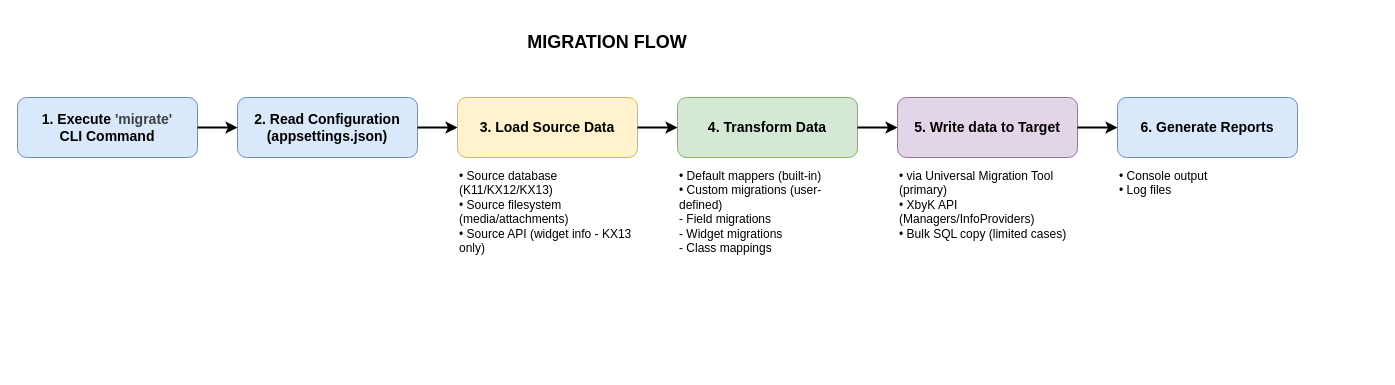
Above: images/diagrams/migration-flow.drawio in Kentico/xperience-by-kentico-kentico-migration-tool (draw.io), before the change. Source tidied: cells renumbered, new cells numbered last; positions are measured from the earlier drawing's top-left corner, leaving out a move shared by most shapes. Both pictures are drawn from the tidied source at 100%, with x=0, y=0 at pixel (17, 27).
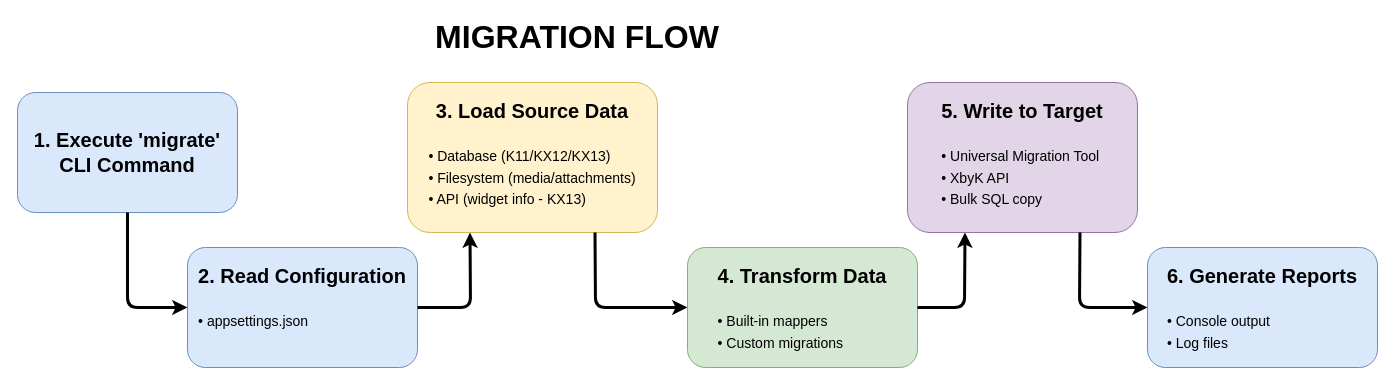
Above is the later version.

Commit message (it also covers changes not shown here):
bigger font in migration flow

Change to the diagram source:
```diff
@@
-    <mxCell id="2" value="MIGRATION FLOW" style="text;html=1;strokeColor=none;fillColor=none;align=center;verticalAlign=middle;whiteSpace=wrap;rounded=0;fontSize=18;fontStyle=1;" parent="1" vertex="1">
-      <mxGeometry x="340" width="500" height="30" as="geometry" />
+    <mxCell id="2" value="MIGRATION FLOW" style="text;html=1;strokeColor=none;fillColor=none;align=center;verticalAlign=middle;whiteSpace=wrap;rounded=0;fontSize=32;fontStyle=1;" parent="1" vertex="1">
+      <mxGeometry x="360" y="-10" width="400" height="40" as="geometry" />
     </mxCell>
-    <mxCell id="3" value="&lt;b&gt;1. Execute&amp;nbsp;&lt;/b&gt;&lt;b style=&quot;color: rgb(63, 63, 63); scrollbar-color: rgb(226, 226, 226) rgb(251, 251, 251);&quot;&gt;'migrate'&lt;/b&gt;&lt;div&gt;&lt;b&gt;CLI Command&lt;/b&gt;&lt;/div&gt;" style="rounded=1;whiteSpace=wrap;html=1;fillColor=#dae8fc;strokeColor=#6c8ebf;fontSize=14;align=center;verticalAlign=middle;" parent="1" vertex="1">
-      <mxGeometry y="70" width="180" height="60" as="geometry" />
+    <mxCell id="3" value="&lt;b style=&quot;font-size: 20px;&quot;&gt;1. Execute 'migrate'&lt;br&gt;CLI Command&lt;/b&gt;" style="rounded=1;whiteSpace=wrap;html=1;fillColor=#dae8fc;strokeColor=#6c8ebf;fontSize=18;align=center;verticalAlign=middle;" parent="1" vertex="1">
+      <mxGeometry y="65" width="220" height="120" as="geometry" />
     </mxCell>
-    <mxCell id="4" style="endArrow=classic;html=1;strokeWidth=2;exitX=1;exitY=0.5;entryX=0;entryY=0.5;" parent="1" edge="1" source="3" target="5">
-      <mxGeometry relative="1" as="geometry" />
+    <mxCell id="4" style="endArrow=classic;html=1;strokeWidth=3;exitX=0.5;exitY=1;entryX=0;entryY=0.5;exitDx=0;exitDy=0;" parent="1" edge="1" source="3" target="5">
+      <mxGeometry relative="1" as="geometry">
+        <Array as="points">
+          <mxPoint x="110" y="280" />
+        </Array>
+      </mxGeometry>
     </mxCell>
-    <mxCell id="5" value="&lt;b&gt;2. Read Configuration&lt;br&gt;(appsettings.json)&lt;/b&gt;" style="rounded=1;whiteSpace=wrap;html=1;fillColor=#dae8fc;strokeColor=#6c8ebf;fontSize=14;align=center;verticalAlign=middle;" parent="1" vertex="1">
-      <mxGeometry x="220" y="70" width="180" height="60" as="geometry" />
+    <mxCell id="5" value="&lt;b style=&quot;font-size: 20px;&quot;&gt;2. Read Configuration&lt;/b&gt;&lt;br&gt;&lt;br&gt;&lt;div style=&quot;text-align: left;&quot;&gt;&lt;font style=&quot;font-size: 14px;&quot;&gt;• appsettings.json&lt;/font&gt;&lt;/div&gt;" style="rounded=1;whiteSpace=wrap;html=1;fillColor=#dae8fc;strokeColor=#6c8ebf;fontSize=18;align=center;verticalAlign=top;spacingTop=10;" parent="1" vertex="1">
+      <mxGeometry x="170" y="220" width="230" height="120" as="geometry" />
     </mxCell>
-    <mxCell id="6" style="endArrow=classic;html=1;strokeWidth=2;exitX=1;exitY=0.5;entryX=0;entryY=0.5;" parent="1" edge="1" source="5" target="7">
-      <mxGeometry relative="1" as="geometry" />
+    <mxCell id="6" style="endArrow=classic;html=1;strokeWidth=3;exitX=1;exitY=0.5;entryX=0.25;entryY=1;entryDx=0;entryDy=0;" parent="1" edge="1" source="5" target="7">
+      <mxGeometry relative="1" as="geometry">
+        <Array as="points">
+          <mxPoint x="453" y="280" />
+        </Array>
+      </mxGeometry>
     </mxCell>
-    <mxCell id="7" value="&lt;b&gt;3. Load Source Data&lt;/b&gt;" style="rounded=1;whiteSpace=wrap;html=1;fillColor=#fff2cc;strokeColor=#d6b656;fontSize=14;align=center;verticalAlign=middle;" parent="1" vertex="1">
-      <mxGeometry x="440" y="70" width="180" height="60" as="geometry" />
+    <mxCell id="7" value="&lt;b style=&quot;font-size: 20px;&quot;&gt;3. Load Source Data&lt;/b&gt;&lt;br&gt;&lt;br&gt;&lt;div style=&quot;text-align: left;&quot;&gt;&lt;font style=&quot;font-size: 14px;&quot;&gt;• Database (K11/KX12/KX13)&lt;br&gt;• Filesystem (media/attachments)&lt;br&gt;• API (widget info - KX13)&lt;/font&gt;&lt;/div&gt;" style="rounded=1;whiteSpace=wrap;html=1;fillColor=#fff2cc;strokeColor=#d6b656;fontSize=18;align=center;verticalAlign=top;spacingTop=10;" parent="1" vertex="1">
+      <mxGeometry x="390" y="55" width="250" height="150" as="geometry" />
     </mxCell>
-    <mxCell id="8" value="• Source database (K11/KX12/KX13)&lt;br&gt;• Source filesystem (media/attachments)&lt;br&gt;• Source API (widget info - KX13 only)" style="text;html=1;strokeColor=none;fillColor=none;align=left;verticalAlign=top;whiteSpace=wrap;rounded=0;fontSize=12;" parent="1" vertex="1">
-      <mxGeometry x="440" y="135" width="180" height="50" as="geometry" />
-    </mxCell>
-    <mxCell id="9" style="endArrow=classic;html=1;strokeWidth=2;exitX=1;exitY=0.5;entryX=0;entryY=0.5;" parent="1" edge="1" source="7" target="10">
-      <mxGeometry relative="1" as="geometry" />
+    <mxCell id="9" style="endArrow=classic;html=1;strokeWidth=3;exitX=0.75;exitY=1;entryX=0;entryY=0.5;exitDx=0;exitDy=0;" parent="1" edge="1" source="7" target="10">
+      <mxGeometry relative="1" as="geometry">
+        <Array as="points">
+          <mxPoint x="578" y="280" />
+        </Array>
+      </mxGeometry>
     </mxCell>
-    <mxCell id="10" value="&lt;b&gt;4. Transform Data&lt;/b&gt;" style="rounded=1;whiteSpace=wrap;html=1;fillColor=#d5e8d4;strokeColor=#82b366;fontSize=14;align=center;verticalAlign=middle;" parent="1" vertex="1">
-      <mxGeometry x="660" y="70" width="180" height="60" as="geometry" />
+    <mxCell id="10" value="&lt;b style=&quot;font-size: 20px;&quot;&gt;4. Transform Data&lt;/b&gt;&lt;br&gt;&lt;br&gt;&lt;div style=&quot;text-align: left;&quot;&gt;&lt;font style=&quot;font-size: 14px;&quot;&gt;• Built-in mappers&lt;br&gt;• Custom migrations&lt;/font&gt;&lt;/div&gt;" style="rounded=1;whiteSpace=wrap;html=1;fillColor=#d5e8d4;strokeColor=#82b366;fontSize=18;align=center;verticalAlign=top;spacingTop=10;" parent="1" vertex="1">
+      <mxGeometry x="670" y="220" width="230" height="120" as="geometry" />
     </mxCell>
-    <mxCell id="11" value="• Default mappers (built-in)&lt;br&gt;• Custom migrations (user-defined)&lt;br&gt;  - Field migrations&lt;br&gt;  - Widget migrations&lt;br&gt;  - Class mappings" style="text;html=1;strokeColor=none;fillColor=none;align=left;verticalAlign=top;whiteSpace=wrap;rounded=0;fontSize=12;" parent="1" vertex="1">
-      <mxGeometry x="660" y="135" width="180" height="70" as="geometry" />
-    </mxCell>
-    <mxCell id="12" style="endArrow=classic;html=1;strokeWidth=2;exitX=1;exitY=0.5;entryX=0;entryY=0.5;" parent="1" edge="1" source="10" target="13">
-      <mxGeometry relative="1" as="geometry" />
+    <mxCell id="12" style="endArrow=classic;html=1;strokeWidth=3;exitX=1;exitY=0.5;entryX=0.25;entryY=1;entryDx=0;entryDy=0;" parent="1" edge="1" source="10" target="13">
+      <mxGeometry relative="1" as="geometry">
+        <Array as="points">
+          <mxPoint x="947" y="280" />
+        </Array>
+      </mxGeometry>
     </mxCell>
-    <mxCell id="13" value="&lt;b&gt;5. Write data to Target&lt;/b&gt;" style="rounded=1;whiteSpace=wrap;html=1;fillColor=#e1d5e7;strokeColor=#9673a6;fontSize=14;align=center;verticalAlign=middle;" parent="1" vertex="1">
-      <mxGeometry x="880" y="70" width="180" height="60" as="geometry" />
+    <mxCell id="13" value="&lt;b style=&quot;font-size: 20px;&quot;&gt;5. Write to Target&lt;/b&gt;&lt;br&gt;&lt;br&gt;&lt;div style=&quot;text-align: left;&quot;&gt;&lt;font style=&quot;font-size: 14px;&quot;&gt;• Universal Migration Tool&lt;br&gt;• XbyK API&lt;br&gt;• Bulk SQL copy&lt;/font&gt;&lt;/div&gt;" style="rounded=1;whiteSpace=wrap;html=1;fillColor=#e1d5e7;strokeColor=#9673a6;fontSize=18;align=center;verticalAlign=top;spacingTop=10;" parent="1" vertex="1">
+      <mxGeometry x="890" y="55" width="230" height="150" as="geometry" />
     </mxCell>
-    <mxCell id="14" value="• via Universal Migration Tool (primary)&lt;br&gt;• XbyK API (Managers/InfoProviders)&lt;br&gt;• Bulk SQL copy (limited cases)" style="text;html=1;strokeColor=none;fillColor=none;align=left;verticalAlign=top;whiteSpace=wrap;rounded=0;fontSize=12;" parent="1" vertex="1">
-      <mxGeometry x="880" y="135" width="180" height="50" as="geometry" />
-    </mxCell>
-    <mxCell id="15" style="endArrow=classic;html=1;strokeWidth=2;exitX=1;exitY=0.5;entryX=0;entryY=0.5;" parent="1" edge="1" source="13" target="16">
-      <mxGeometry relative="1" as="geometry" />
+    <mxCell id="15" style="endArrow=classic;html=1;strokeWidth=3;exitX=0.75;exitY=1;entryX=0;entryY=0.5;exitDx=0;exitDy=0;" parent="1" edge="1" source="13" target="16">
+      <mxGeometry relative="1" as="geometry">
+        <Array as="points">
+          <mxPoint x="1062" y="280" />
+        </Array>
+      </mxGeometry>
     </mxCell>
-    <mxCell id="16" value="&lt;b&gt;6. Generate Reports&lt;/b&gt;" style="rounded=1;whiteSpace=wrap;html=1;fillColor=#dae8fc;strokeColor=#6c8ebf;fontSize=14;align=center;verticalAlign=middle;" parent="1" vertex="1">
-      <mxGeometry x="1100" y="70" width="180" height="60" as="geometry" />
+    <mxCell id="16" value="&lt;b style=&quot;font-size: 20px;&quot;&gt;6. Generate Reports&lt;/b&gt;&lt;br&gt;&lt;br&gt;&lt;div style=&quot;text-align: left;&quot;&gt;&lt;font style=&quot;font-size: 14px;&quot;&gt;• Console output&lt;br&gt;• Log files&lt;/font&gt;&lt;/div&gt;" style="rounded=1;whiteSpace=wrap;html=1;fillColor=#dae8fc;strokeColor=#6c8ebf;fontSize=18;align=center;verticalAlign=top;spacingTop=10;" parent="1" vertex="1">
+      <mxGeometry x="1130" y="220" width="230" height="120" as="geometry" />
     </mxCell>
-    <mxCell id="17" value="• Console output&lt;br&gt;• Log files" style="text;html=1;strokeColor=none;fillColor=none;align=left;verticalAlign=top;whiteSpace=wrap;rounded=0;fontSize=12;" parent="1" vertex="1">
-      <mxGeometry x="1100" y="135" width="180" height="30" as="geometry" />
-    </mxCell>
```
